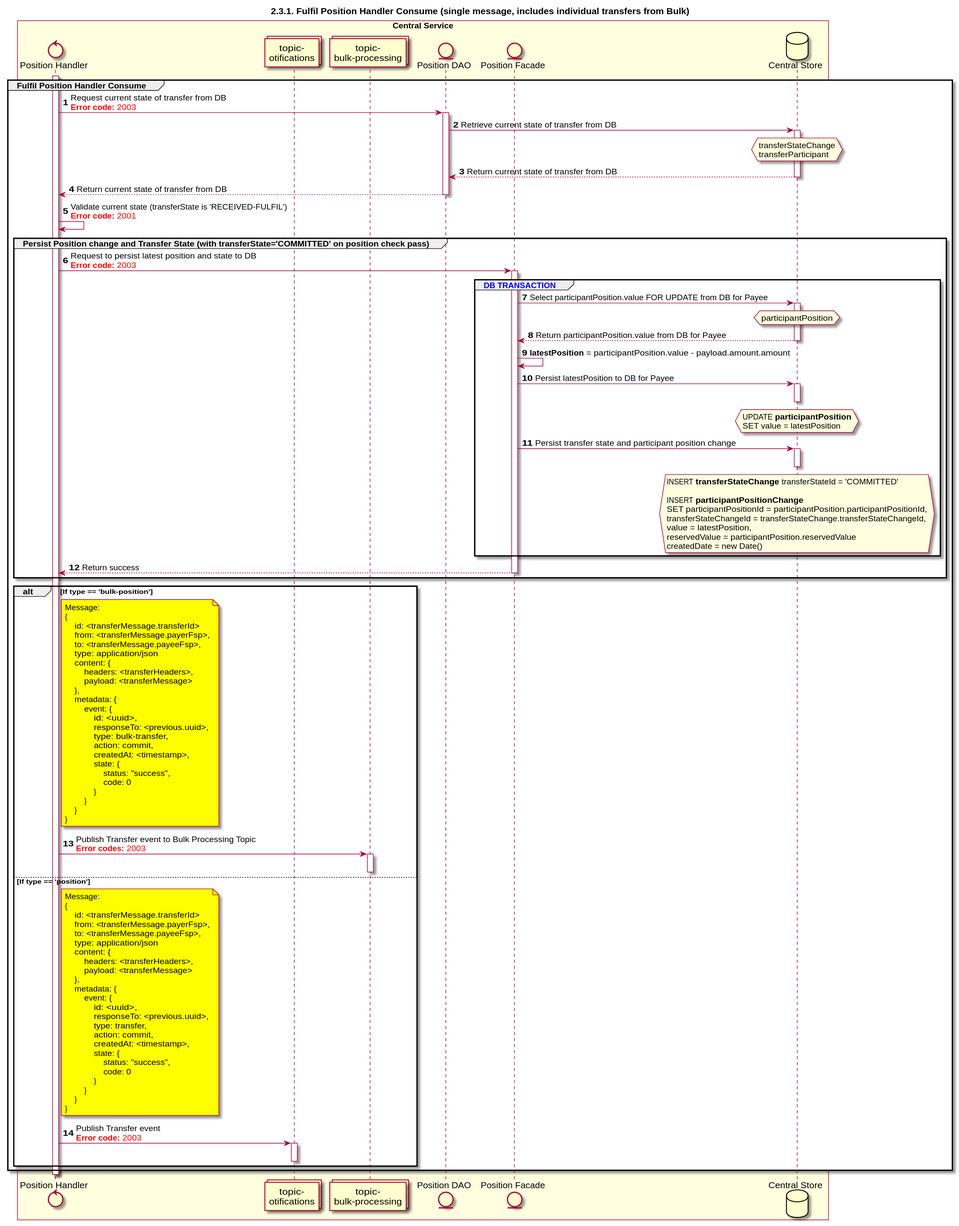
Above: mojaloop-technical-overview/central-bulk-transfers/assets/diagrams/sequence/seq-bulk-2.3.1-position-fulfil.svg in mojaloop/documentation (PlantUML), before the change. Its diagram source:
```plantuml
@startuml
title 2.3.1. Fulfil Position Handler Consume (single message, includes individual transfers from Bulk)

autonumber


control "Position Handler" as POS_HANDLER
collections "topic-\notifications" as TOPIC_NOTIFICATIONS
collections "topic-\nbulk-processing" as TOPIC_BULK_PROCESSING
entity "Position Facade" as POS_FACADE
entity "Position DAO" as POS_DAO
database "Central Store" as DB

box "Central Service" #LightYellow
    participant POS_HANDLER
    participant TOPIC_NOTIFICATIONS
    participant TOPIC_BULK_PROCESSING
    participant POS_DAO
    participant POS_FACADE
    participant DB
end box

activate POS_HANDLER
group Fulfil Position Handler Consume
    POS_HANDLER -> POS_DAO: Request current state of transfer from DB \n<color #FF0000><b>Error code:</b> 2003</color>
    activate POS_DAO
    POS_DAO -> DB: Retrieve current state of transfer from DB
    activate DB
    hnote over DB #lightyellow
        transferStateChange
        transferParticipant
    end note
    DB --> POS_DAO: Return current state of transfer from DB
    deactivate DB
    POS_DAO --> POS_HANDLER: Return current state of transfer from DB
    deactivate POS_DAO
    POS_HANDLER <-> POS_HANDLER: Validate current state (transferState is 'RECEIVED-FULFIL')\n<color #FF0000><b>Error code:</b> 2001</color>
    group Persist Position change and Transfer State (with transferState='COMMITTED' on position check pass)
        POS_HANDLER -> POS_FACADE: Request to persist latest position and state to DB\n<color #FF0000><b>Error code:</b> 2003</color>
        group <color #blue>DB TRANSACTION</color>
            activate POS_FACADE
            POS_FACADE -> DB: Select participantPosition.value FOR UPDATE from DB for Payee
            activate DB
            hnote over DB #lightyellow
                participantPosition
            end note
            DB --> POS_FACADE: Return participantPosition.value from DB for Payee
            deactivate DB
            POS_FACADE <-> POS_FACADE: **latestPosition** = participantPosition.value - payload.amount.amount
            POS_FACADE->DB: Persist latestPosition to DB for Payee
            hnote over DB #lightyellow
                UPDATE **participantPosition**
                SET value = latestPosition
            end note
            activate DB
            deactivate DB
            POS_FACADE -> DB: Persist transfer state and participant position change
            hnote over DB #lightyellow
                    INSERT **transferStateChange** transferStateId = 'COMMITTED'

                    INSERT **participantPositionChange**
                    SET participantPositionId = participantPosition.participantPositionId,
                    transferStateChangeId = transferStateChange.transferStateChangeId,
                    value = latestPosition,
                    reservedValue = participantPosition.reservedValue
                    createdDate = new Date()
            end note
            activate DB
            deactivate DB
            deactivate POS_DAO
        end
        POS_FACADE --> POS_HANDLER: Return success
        deactivate POS_FACADE
    end

    alt If type == 'bulk-position'
        note right of POS_HANDLER #yellow
        Message:
        {
            id: <transferMessage.transferId>
            from: <transferMessage.payerFsp>,
            to: <transferMessage.payeeFsp>,
            type: application/json
            content: {
                headers: <transferHeaders>,
                payload: <transferMessage>
            },
            metadata: {
                event: {
                    id: <uuid>,
                    responseTo: <previous.uuid>,
                    type: bulk-transfer,
                    action: commit,
                    createdAt: <timestamp>,
                    state: {
                        status: "success",
                        code: 0
                    }
                }
            }
        }
        end note
        POS_HANDLER -> TOPIC_BULK_PROCESSING: Publish Transfer event to Bulk Processing Topic\n<color #FF0000><b>Error codes:</b> 2003</color>
        activate TOPIC_BULK_PROCESSING
        deactivate TOPIC_BULK_PROCESSING
    else If type == 'position'
        note right of POS_HANDLER #yellow
        Message:
        {
            id: <transferMessage.transferId>
            from: <transferMessage.payerFsp>,
            to: <transferMessage.payeeFsp>,
            type: application/json
            content: {
                headers: <transferHeaders>,
                payload: <transferMessage>
            },
            metadata: {
                event: {
                    id: <uuid>,
                    responseTo: <previous.uuid>,
                    type: transfer,
                    action: commit,
                    createdAt: <timestamp>,
                    state: {
                        status: "success",
                        code: 0
                    }
                }
            }
        }
        end note
        POS_HANDLER -> TOPIC_NOTIFICATIONS: Publish Transfer event\n<color #FF0000><b>Error code:</b> 2003</color>
        activate TOPIC_NOTIFICATIONS
        deactivate TOPIC_NOTIFICATIONS
    end

end
deactivate POS_HANDLER
@enduml
```
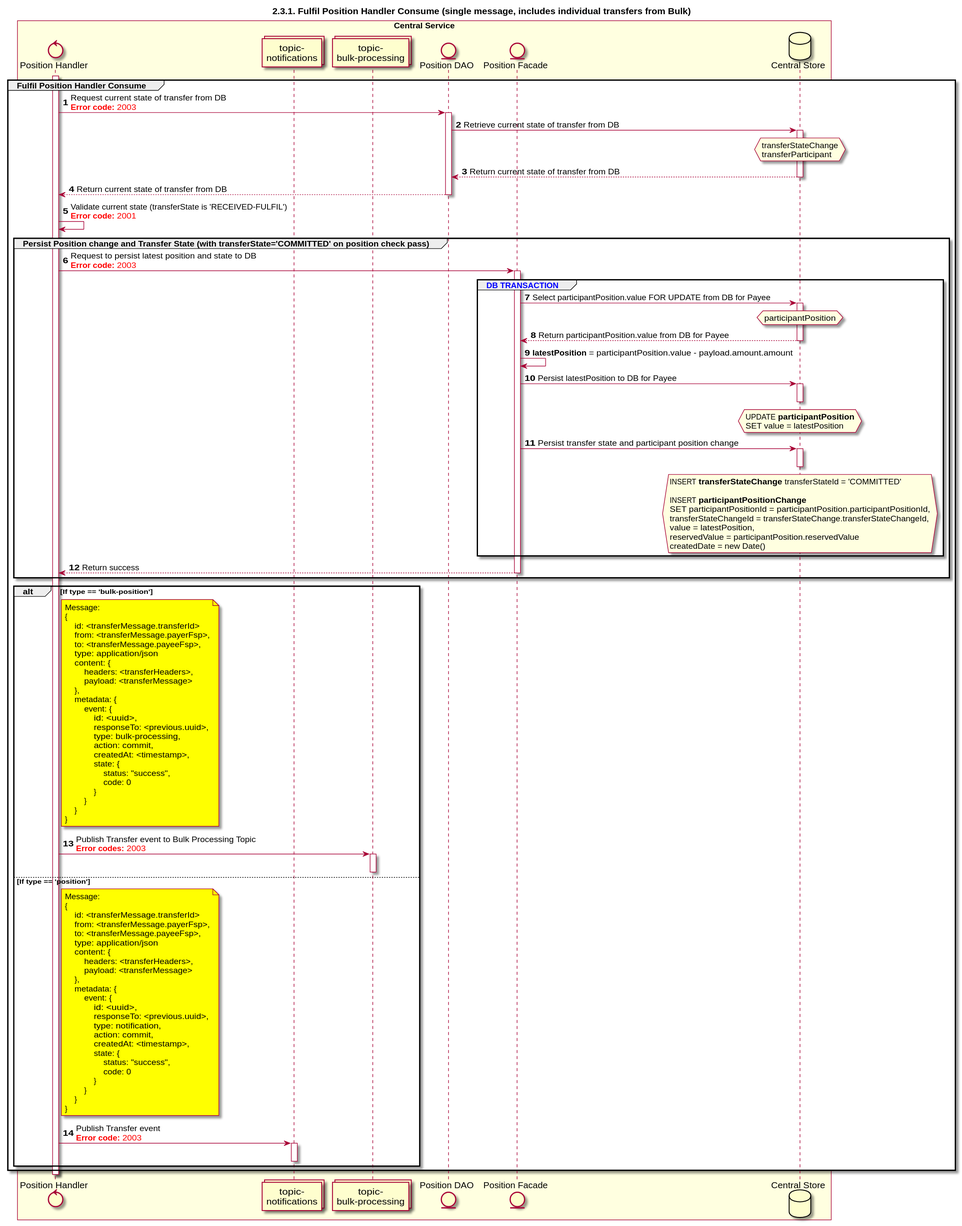
After the commit.

What changed in the source:
```diff
@@ -5,7 +5,7 @@
 
 
 control "Position Handler" as POS_HANDLER
-collections "topic-\notifications" as TOPIC_NOTIFICATIONS
+collections "topic-\nnotifications" as TOPIC_NOTIFICATIONS
 collections "topic-\nbulk-processing" as TOPIC_BULK_PROCESSING
 entity "Position Facade" as POS_FACADE
 entity "Position DAO" as POS_DAO
@@ -89,7 +89,7 @@
                 event: {
                     id: <uuid>,
                     responseTo: <previous.uuid>,
-                    type: bulk-transfer,
+                    type: bulk-processing,
                     action: commit,
                     createdAt: <timestamp>,
                     state: {
@@ -119,7 +119,7 @@
                 event: {
                     id: <uuid>,
                     responseTo: <previous.uuid>,
-                    type: transfer,
+                    type: notification,
                     action: commit,
                     createdAt: <timestamp>,
                     state: {
```
